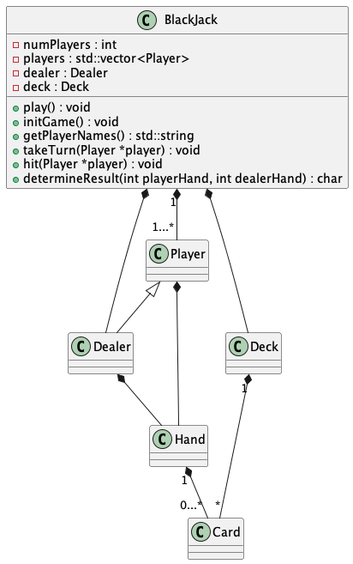
Above: UML/UML_diagram.png in danieloflynn/BlackJack_cpp (PlantUML), before the change.
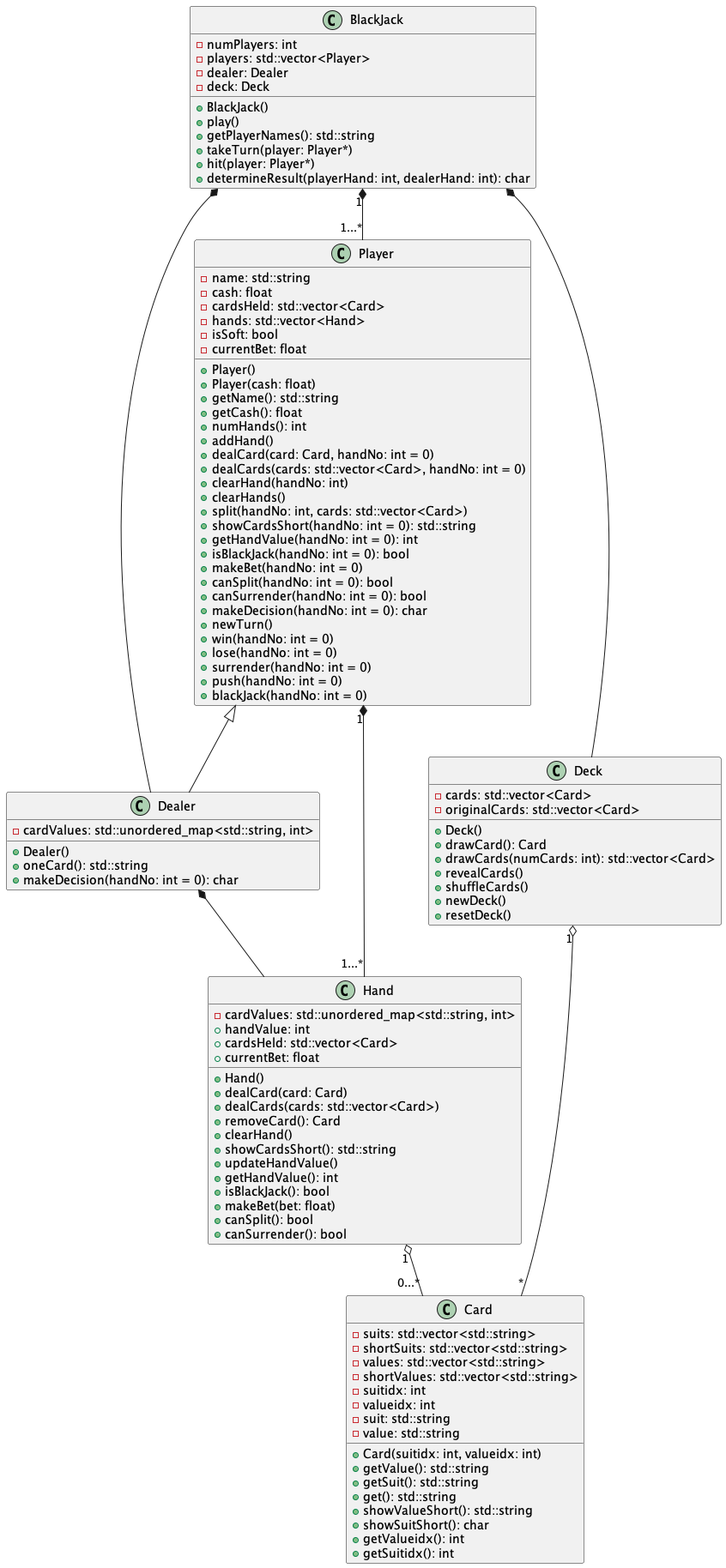
After the change.

The edit, as a diff of the source:
```diff
@@ -1,31 +1,114 @@
 @startuml
+class BlackJack {
+  - numPlayers: int
+  - players: std::vector<Player>
+  - dealer: Dealer
+  - deck: Deck
+  + BlackJack()
+  + play()
+  + getPlayerNames(): std::string
+  + takeTurn(player: Player*)
+  + hit(player: Player*)
+  + determineResult(playerHand: int, dealerHand: int): char
+}
 
-class BlackJack {
-    - numPlayers : int
-    - players : std::vector<Player>
-    - dealer : Dealer
-    - deck : Deck
-    + play() : void
-    + initGame() : void
-    + getPlayerNames() : std::string
-    + takeTurn(Player *player) : void
-    + hit(Player *player) : void
-    + determineResult(int playerHand, int dealerHand) : char
-    }
 class Player {
+  - name: std::string
+  - cash: float
+  - cardsHeld: std::vector<Card>
+  - hands: std::vector<Hand>
+  - isSoft: bool
+  - currentBet: float
+  + Player()
+  + Player(cash: float)
+  + getName(): std::string
+  + getCash(): float
+  + numHands(): int
+  + addHand()
+  + dealCard(card: Card, handNo: int = 0)
+  + dealCards(cards: std::vector<Card>, handNo: int = 0)
+  + clearHand(handNo: int)
+  + clearHands()
+  + split(handNo: int, cards: std::vector<Card>)
+  + showCardsShort(handNo: int = 0): std::string
+  + getHandValue(handNo: int = 0): int
+  + isBlackJack(handNo: int = 0): bool
+  + makeBet(handNo: int = 0)
+  + canSplit(handNo: int = 0): bool
+  + canSurrender(handNo: int = 0): bool
+  + makeDecision(handNo: int = 0): char
+  + newTurn()
+  + win(handNo: int = 0)
+  + lose(handNo: int = 0)
+  + surrender(handNo: int = 0)
+  + push(handNo: int = 0)
+  + blackJack(handNo: int = 0)
 }
-class Dealer
-class Deck
-class Hand
-class Card
+
+class Dealer {
+  - cardValues: std::unordered_map<std::string, int>
+  + Dealer()
+  + oneCard(): std::string
+  + makeDecision(handNo: int = 0): char
+}
+
+class Hand {
+  - cardValues: std::unordered_map<std::string, int>
+  + handValue: int
+  + cardsHeld: std::vector<Card>
+  + currentBet: float
+  + Hand()
+  + dealCard(card: Card)
+  + dealCards(cards: std::vector<Card>)
+  + removeCard(): Card
+  + clearHand()
+  + showCardsShort(): std::string
+  + updateHandValue()
+  + getHandValue(): int
+  + isBlackJack(): bool
+  + makeBet(bet: float)
+  + canSplit(): bool
+  + canSurrender(): bool
+}
+
+class Deck {
+  - cards: std::vector<Card>
+  - originalCards: std::vector<Card>
+  + Deck()
+  + drawCard(): Card
+  + drawCards(numCards: int): std::vector<Card>
+  + revealCards()
+  + shuffleCards()
+  + newDeck()
+  + resetDeck()
+}
+
+class Card {
+  - suits: std::vector<std::string>
+  - shortSuits: std::vector<std::string>
+  - values: std::vector<std::string>
+  - shortValues: std::vector<std::string>
+  - suitidx: int
+  - valueidx: int
+  - suit: std::string
+  - value: std::string
+  + Card(suitidx: int, valueidx: int)
+  + getValue(): std::string
+  + getSuit(): std::string
+  + get(): std::string
+  + showValueShort(): std::string
+  + showSuitShort(): char
+  + getValueidx(): int
+  + getSuitidx(): int
+}
 
 BlackJack *-- Dealer
 BlackJack "1" *-- "1...*" Player
 BlackJack *-- Deck
 Player <|-- Dealer
 Dealer *-- Hand
-Player *-- Hand
-Deck "1" *-- "*" Card
-Hand "1" *-- "0...*" Card
+Player "1" *-- "1...*" Hand
+Deck "1" o-- "*" Card
+Hand "1" o-- "0...*" Card
 
 @enduml
```
